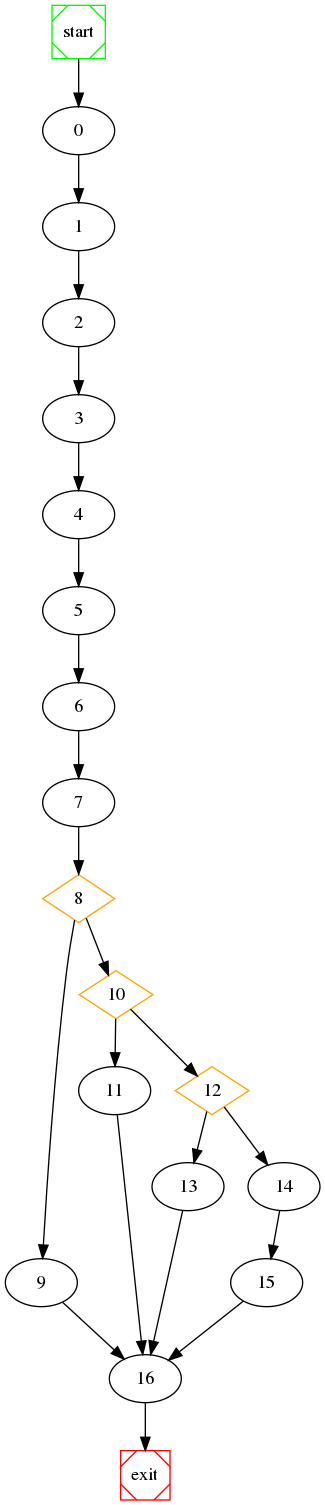
NabeelQaiser/BTP_2k18-19 keeps this Graphviz diagram as cnf/raw_graph.png. Above is the earlier version. Its source is kept beside it as cnf/raw_graph.dot. The source it was exported from:
```dot

digraph G {
	start -> 0;
	0 -> 1 ;
	1 -> 2 ;
	2 -> 3 ;
	3 -> 4 ;
	4 -> 5 ;
	5 -> 6 ;
	6 -> 7 ;
	8 [shape=diamond, color=orange] ;
	8 -> 9 ;
	10 [shape=diamond, color=orange] ;
	8 -> 10 ;
	10 -> 11 ;
	12 [shape=diamond, color=orange] ;
	10 -> 12 ;
	12 -> 13 ;
	14 -> 15 ;
	12 -> 14 ;
	7 -> 8 ;
	11 -> 16 ;
	9 -> 16 ;
	13 -> 16 ;
	15 -> 16 ;
	16 -> exit;

	start [shape=Msquare, color=green];
	exit [shape=Msquare, color=red];
}
```
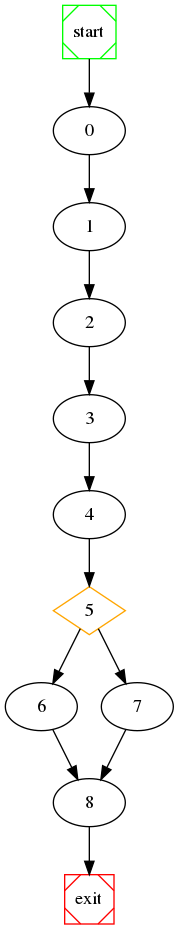
After the commit.

What changed in the source:
```diff
@@ -5,25 +5,13 @@
 	1 -> 2 ;
 	2 -> 3 ;
 	3 -> 4 ;
+	5 [shape=diamond, color=orange] ;
+	5 -> 6 ;
+	5 -> 7 ;
 	4 -> 5 ;
-	5 -> 6 ;
-	6 -> 7 ;
-	8 [shape=diamond, color=orange] ;
-	8 -> 9 ;
-	10 [shape=diamond, color=orange] ;
-	8 -> 10 ;
-	10 -> 11 ;
-	12 [shape=diamond, color=orange] ;
-	10 -> 12 ;
-	12 -> 13 ;
-	14 -> 15 ;
-	12 -> 14 ;
 	7 -> 8 ;
-	11 -> 16 ;
-	9 -> 16 ;
-	13 -> 16 ;
-	15 -> 16 ;
-	16 -> exit;
+	6 -> 8 ;
+	8 -> exit;
 
 	start [shape=Msquare, color=green];
 	exit [shape=Msquare, color=red];
```
